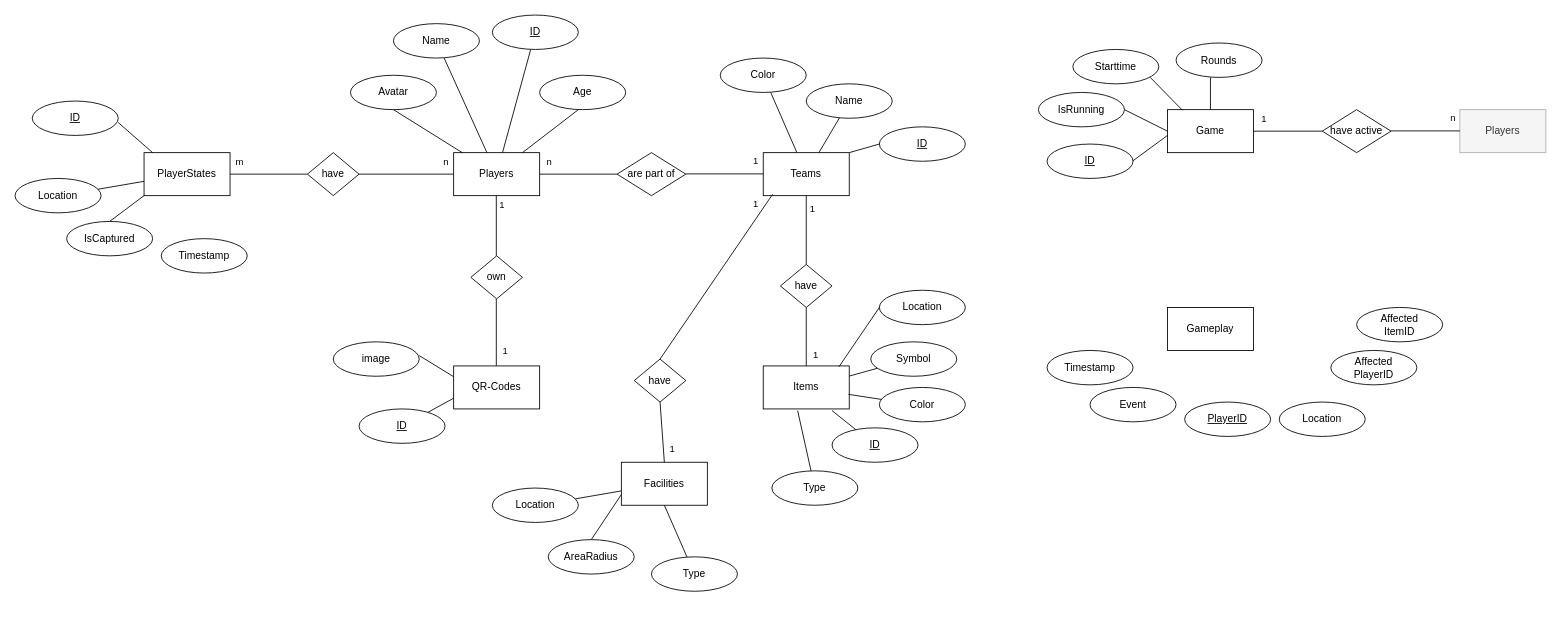
Hg347/ctf-rush keeps this draw.io diagram as concept/ctf_db_concept.drawio. Above is the earlier version. Source tidied: cells renumbered, new cells numbered last; positions are measured from the earlier drawing's top-left corner, leaving out a move shared by most shapes. Both pictures are drawn from the tidied source at 86%, with x=0, y=0 at pixel (15, 15).
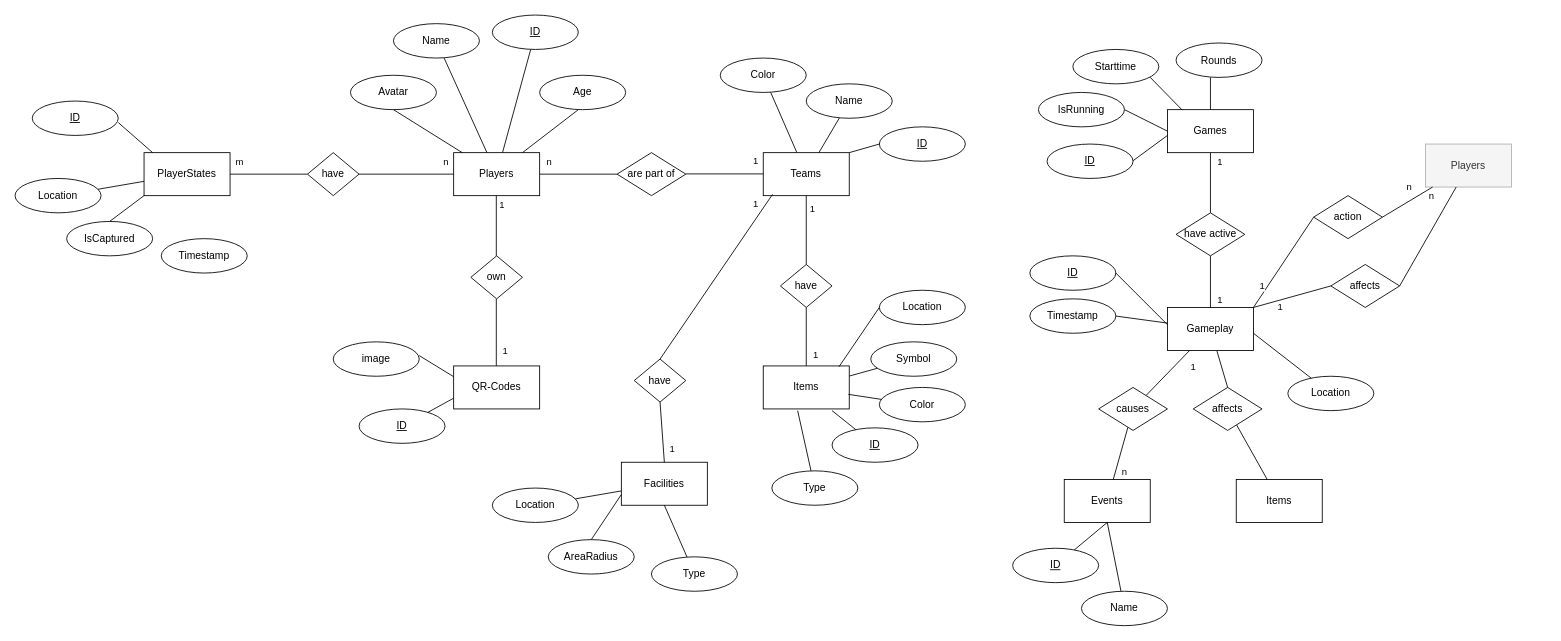
The same page after the edit.

The change refers to these unchanged cells:
```xml
<mxCell id="83" value="Gameplay" style="rounded=0;whiteSpace=wrap;html=1;" parent="1" vertex="1">
  <mxGeometry x="1340" y="340" width="100" height="50" as="geometry" />
</mxCell>
```

Diff of the diagram source:
```diff
@@
+    <mxCell id="96" style="edgeStyle=orthogonalEdgeStyle;rounded=0;jettySize=auto;html=1;entryX=0.5;entryY=0;entryDx=0;entryDy=0;endArrow=none;startFill=0;" parent="1" edge="1" source="66" target="102">
+      <mxGeometry relative="1" as="geometry" />
+    </mxCell>
+    <mxCell id="97" value="1" style="edgeLabel;html=1;align=center;verticalAlign=middle;" parent="96" vertex="1">
+      <mxGeometry x="-0.23" y="-2" relative="1" as="geometry">
+        <mxPoint x="12" y="-17" as="offset" />
+      </mxGeometry>
+    </mxCell>
-    <mxCell id="66" value="Game" style="rounded=0;whiteSpace=wrap;html=1;" parent="1" vertex="1">
+    <mxCell id="66" value="Games" style="rounded=0;whiteSpace=wrap;html=1;" parent="1" vertex="1">
       <mxGeometry x="1340" y="110" width="100" height="50" as="geometry" />
     </mxCell>
@@
     <mxCell id="71" value="Players" style="rounded=0;whiteSpace=wrap;html=1;fillColor=#f5f5f5;fontColor=#333333;strokeColor=#AFAFAF;" parent="1" vertex="1">
-      <mxGeometry x="1680" y="110" width="100" height="50" as="geometry" />
+      <mxGeometry x="1640" y="150" width="100" height="50" as="geometry" />
     </mxCell>
-    <mxCell id="72" value="have active" style="shape=rhombus;html=1;dashed=0;whiteSpace=wrap;perimeter=rhombusPerimeter;" parent="1" vertex="1">
-      <mxGeometry x="1520" y="110" width="80" height="50" as="geometry" />
+    <mxCell id="72" value="action" style="shape=rhombus;html=1;dashed=0;whiteSpace=wrap;perimeter=rhombusPerimeter;" parent="1" vertex="1">
+      <mxGeometry x="1510" y="210" width="80" height="50" as="geometry" />
     </mxCell>
@@
-    <mxCell id="76" style="edgeStyle=none;rounded=0;jettySize=auto;html=1;exitX=1;exitY=0.5;exitDx=0;exitDy=0;entryX=0;entryY=0.5;entryDx=0;entryDy=0;endArrow=none;startFill=0;" parent="1" edge="1" source="66" target="72">
+    <mxCell id="76" style="edgeStyle=none;rounded=0;jettySize=auto;html=1;exitX=1;exitY=0;exitDx=0;exitDy=0;entryX=0;entryY=0.5;entryDx=0;entryDy=0;endArrow=none;startFill=0;" parent="1" edge="1" source="83" target="72">
       <mxGeometry relative="1" as="geometry" />
     </mxCell>
     <mxCell id="77" value="1" style="edgeLabel;html=1;align=center;verticalAlign=middle;" parent="76" vertex="1">
       <mxGeometry x="-0.36" y="-2" relative="1" as="geometry">
-        <mxPoint x="-15" y="-17" as="offset" />
+        <mxPoint x="-14" y="7" as="offset" />
       </mxGeometry>
     </mxCell>
-    <mxCell id="78" style="edgeStyle=none;rounded=0;orthogonalLoop=1;jettySize=auto;html=1;exitX=1;exitY=0.5;exitDx=0;exitDy=0;entryX=0;entryY=0.5;entryDx=0;entryDy=0;endArrow=none;startFill=0;" parent="1" edge="1">
-      <mxGeometry relative="1" as="geometry">
-        <mxPoint x="1600" y="134.7" as="sourcePoint" />
-        <mxPoint x="1680" y="134.7" as="targetPoint" />
-      </mxGeometry>
+    <mxCell id="78" style="edgeStyle=none;rounded=0;jettySize=auto;html=1;exitX=1;exitY=0.5;exitDx=0;exitDy=0;endArrow=none;startFill=0;" parent="1" edge="1" source="72" target="71">
+      <mxGeometry relative="1" as="geometry" />
     </mxCell>
     <mxCell id="79" value="n" style="edgeLabel;html=1;align=center;verticalAlign=middle;" parent="78" vertex="1">
       <mxGeometry x="0.78" y="1" relative="1" as="geometry">
-        <mxPoint y="-14" as="offset" />
+        <mxPoint x="-21" y="-3" as="offset" />
       </mxGeometry>
     </mxCell>
@@
+    <mxCell id="98" style="rounded=0;jettySize=auto;html=1;entryX=1;entryY=0.5;entryDx=0;entryDy=0;endArrow=none;startFill=0;" parent="1" edge="1" source="83" target="88">
+      <mxGeometry relative="1" as="geometry" />
+    </mxCell>
+    <mxCell id="99" style="edgeStyle=none;rounded=0;jettySize=auto;html=1;entryX=0.5;entryY=0;entryDx=0;entryDy=0;endArrow=none;startFill=0;" parent="1" edge="1" source="83" target="118">
+      <mxGeometry relative="1" as="geometry" />
+    </mxCell>
@@
     <mxCell id="88" value="Timestamp" style="ellipse;whiteSpace=wrap;html=1;align=center;" parent="1" vertex="1">
-      <mxGeometry x="1200" y="390" width="100" height="40" as="geometry" />
+      <mxGeometry x="1180" y="330" width="100" height="40" as="geometry" />
     </mxCell>
-    <mxCell id="89" value="PlayerID" style="ellipse;whiteSpace=wrap;html=1;align=center;fontStyle=4;" parent="1" vertex="1">
-      <mxGeometry x="1360" y="450" width="100" height="40" as="geometry" />
-    </mxCell>
     <mxCell id="90" value="Location" style="ellipse;whiteSpace=wrap;html=1;align=center;" parent="1" vertex="1">
-      <mxGeometry x="1470" y="450" width="100" height="40" as="geometry" />
+      <mxGeometry x="1480" y="420" width="100" height="40" as="geometry" />
     </mxCell>
-    <mxCell id="91" value="Affected&lt;br&gt;PlayerID" style="ellipse;whiteSpace=wrap;html=1;align=center;" parent="1" vertex="1">
-      <mxGeometry x="1530" y="390" width="100" height="40" as="geometry" />
-    </mxCell>
-    <mxCell id="92" value="Event" style="ellipse;whiteSpace=wrap;html=1;align=center;" parent="1" vertex="1">
-      <mxGeometry x="1250" y="433" width="100" height="40" as="geometry" />
-    </mxCell>
@@
-    <mxCell id="95" value="Affected&lt;br&gt;ItemID" style="ellipse;whiteSpace=wrap;html=1;align=center;" parent="1" vertex="1">
-      <mxGeometry x="1560" y="340" width="100" height="40" as="geometry" />
-    </mxCell>
+    <mxCell id="100" style="edgeStyle=orthogonalEdgeStyle;rounded=0;jettySize=auto;html=1;endArrow=none;startFill=0;" parent="1" edge="1" source="102" target="83">
+      <mxGeometry relative="1" as="geometry" />
+    </mxCell>
+    <mxCell id="101" value="1" style="edgeLabel;html=1;align=center;verticalAlign=middle;" parent="100" vertex="1">
+      <mxGeometry x="0.13" y="-3" relative="1" as="geometry">
+        <mxPoint x="13" y="16" as="offset" />
+      </mxGeometry>
+    </mxCell>
+    <mxCell id="102" value="have active" style="shape=rhombus;html=1;dashed=0;whiteSpace=wrap;perimeter=rhombusPerimeter;" parent="1" vertex="1">
+      <mxGeometry x="1350" y="230" width="80" height="50" as="geometry" />
+    </mxCell>
+    <mxCell id="103" style="edgeStyle=none;rounded=0;jettySize=auto;html=1;endArrow=none;startFill=0;" parent="1" edge="1" target="90">
+      <mxGeometry relative="1" as="geometry">
+        <mxPoint x="1440" y="370" as="sourcePoint" />
+      </mxGeometry>
+    </mxCell>
+    <mxCell id="104" value="Events" style="rounded=0;whiteSpace=wrap;html=1;" parent="1" vertex="1">
+      <mxGeometry x="1220" y="540" width="100" height="50" as="geometry" />
+    </mxCell>
+    <mxCell id="105" value="ID" style="ellipse;whiteSpace=wrap;html=1;align=center;fontStyle=4;" parent="1" vertex="1">
+      <mxGeometry x="1180" y="280" width="100" height="40" as="geometry" />
+    </mxCell>
+    <mxCell id="106" style="rounded=0;jettySize=auto;html=1;entryX=1;entryY=0.5;entryDx=0;entryDy=0;endArrow=none;startFill=0;" parent="1" edge="1" target="105">
+      <mxGeometry relative="1" as="geometry">
+        <mxPoint x="1340" y="360" as="sourcePoint" />
+      </mxGeometry>
+    </mxCell>
+    <mxCell id="107" style="edgeStyle=none;rounded=0;jettySize=auto;html=1;endArrow=none;startFill=0;" parent="1" edge="1" source="111" target="83">
+      <mxGeometry relative="1" as="geometry" />
+    </mxCell>
+    <mxCell id="108" value="1" style="edgeLabel;html=1;align=center;verticalAlign=middle;" parent="107" vertex="1">
+      <mxGeometry x="-0.23" relative="1" as="geometry">
+        <mxPoint x="35" y="-14" as="offset" />
+      </mxGeometry>
+    </mxCell>
+    <mxCell id="109" style="edgeStyle=none;rounded=0;jettySize=auto;html=1;endArrow=none;startFill=0;" parent="1" edge="1" source="111" target="104">
+      <mxGeometry relative="1" as="geometry" />
+    </mxCell>
+    <mxCell id="110" value="n" style="edgeLabel;html=1;align=center;verticalAlign=middle;" parent="109" vertex="1">
+      <mxGeometry x="0.16" y="2" relative="1" as="geometry">
+        <mxPoint x="4" y="15" as="offset" />
+      </mxGeometry>
+    </mxCell>
+    <mxCell id="111" value="causes" style="shape=rhombus;html=1;dashed=0;whiteSpace=wrap;perimeter=rhombusPerimeter;" parent="1" vertex="1">
+      <mxGeometry x="1260" y="433" width="80" height="50" as="geometry" />
+    </mxCell>
+    <mxCell id="112" style="edgeStyle=none;rounded=0;jettySize=auto;html=1;entryX=0.5;entryY=1;entryDx=0;entryDy=0;endArrow=none;startFill=0;" parent="1" edge="1" source="113" target="104">
+      <mxGeometry relative="1" as="geometry" />
+    </mxCell>
+    <mxCell id="113" value="ID" style="ellipse;whiteSpace=wrap;html=1;align=center;fontStyle=4;" parent="1" vertex="1">
+      <mxGeometry x="1160" y="620" width="100" height="40" as="geometry" />
+    </mxCell>
+    <mxCell id="114" style="edgeStyle=none;rounded=0;jettySize=auto;html=1;entryX=0.5;entryY=1;entryDx=0;entryDy=0;endArrow=none;startFill=0;" parent="1" edge="1" source="115" target="104">
+      <mxGeometry relative="1" as="geometry" />
+    </mxCell>
+    <mxCell id="115" value="Name" style="ellipse;whiteSpace=wrap;html=1;align=center;" parent="1" vertex="1">
+      <mxGeometry x="1240" y="670" width="100" height="40" as="geometry" />
+    </mxCell>
+    <mxCell id="116" value="Items" style="html=1;dashed=0;whiteSpace=wrap;" parent="1" vertex="1">
+      <mxGeometry x="1420" y="540" width="100" height="50" as="geometry" />
+    </mxCell>
+    <mxCell id="117" style="edgeStyle=none;rounded=0;jettySize=auto;html=1;endArrow=none;startFill=0;" parent="1" edge="1" source="118" target="116">
+      <mxGeometry relative="1" as="geometry" />
+    </mxCell>
+    <mxCell id="118" value="affects " style="shape=rhombus;html=1;dashed=0;whiteSpace=wrap;perimeter=rhombusPerimeter;" parent="1" vertex="1">
+      <mxGeometry x="1370" y="433" width="80" height="50" as="geometry" />
+    </mxCell>
+    <mxCell id="119" value="affects" style="shape=rhombus;html=1;dashed=0;whiteSpace=wrap;perimeter=rhombusPerimeter;" parent="1" vertex="1">
+      <mxGeometry x="1530" y="290" width="80" height="50" as="geometry" />
+    </mxCell>
+    <mxCell id="120" style="edgeStyle=none;rounded=0;jettySize=auto;html=1;exitX=1;exitY=0.5;exitDx=0;exitDy=0;endArrow=none;startFill=0;" parent="1" edge="1" source="119" target="71">
+      <mxGeometry relative="1" as="geometry" />
+    </mxCell>
+    <mxCell id="121" value="n" style="edgeLabel;html=1;align=center;verticalAlign=middle;" parent="120" vertex="1">
+      <mxGeometry x="0.78" y="1" relative="1" as="geometry">
+        <mxPoint x="-21" y="-3" as="offset" />
+      </mxGeometry>
+    </mxCell>
+    <mxCell id="122" style="edgeStyle=none;rounded=0;jettySize=auto;html=1;exitX=1;exitY=0;exitDx=0;exitDy=0;entryX=0;entryY=0.5;entryDx=0;entryDy=0;endArrow=none;startFill=0;exitPerimeter=0;" parent="1" edge="1" source="83" target="119">
+      <mxGeometry relative="1" as="geometry" />
+    </mxCell>
+    <mxCell id="123" value="1" style="edgeLabel;html=1;align=center;verticalAlign=middle;" parent="122" vertex="1">
+      <mxGeometry x="-0.36" y="-2" relative="1" as="geometry">
+        <mxPoint x="1" y="6" as="offset" />
+      </mxGeometry>
+    </mxCell>
```
